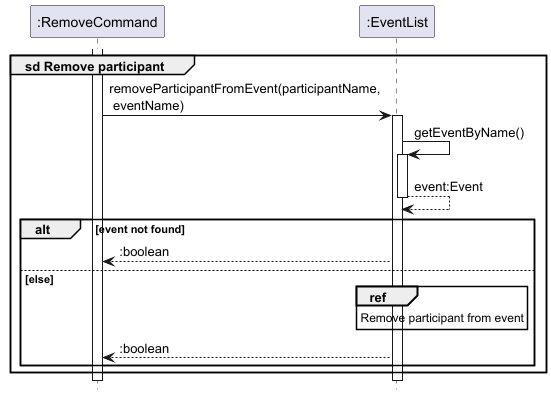
Earlier version of the PlantUML export docs/images/RemoveParticipantSequenceDiagram.png (nus-cs2113-AY2425S1/tp).
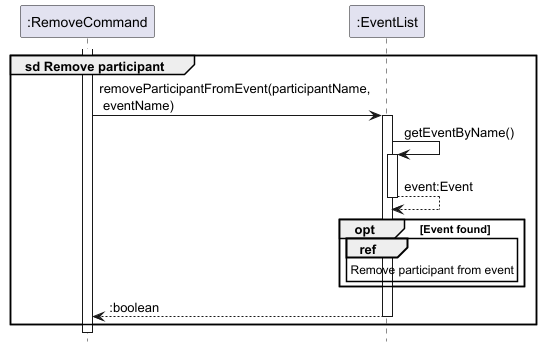
The same file after the commit.

The edit, as a diff of the source:
```diff
@@ -15,12 +15,11 @@
 
     return event:Event
 
-    alt event not found
-        eventList --> command : :boolean
-    else else
+    opt Event found
         ref over eventList : Remove participant from event
-        eventList --> command : :boolean
     end
+
+    return :boolean
 end
 
 
```
